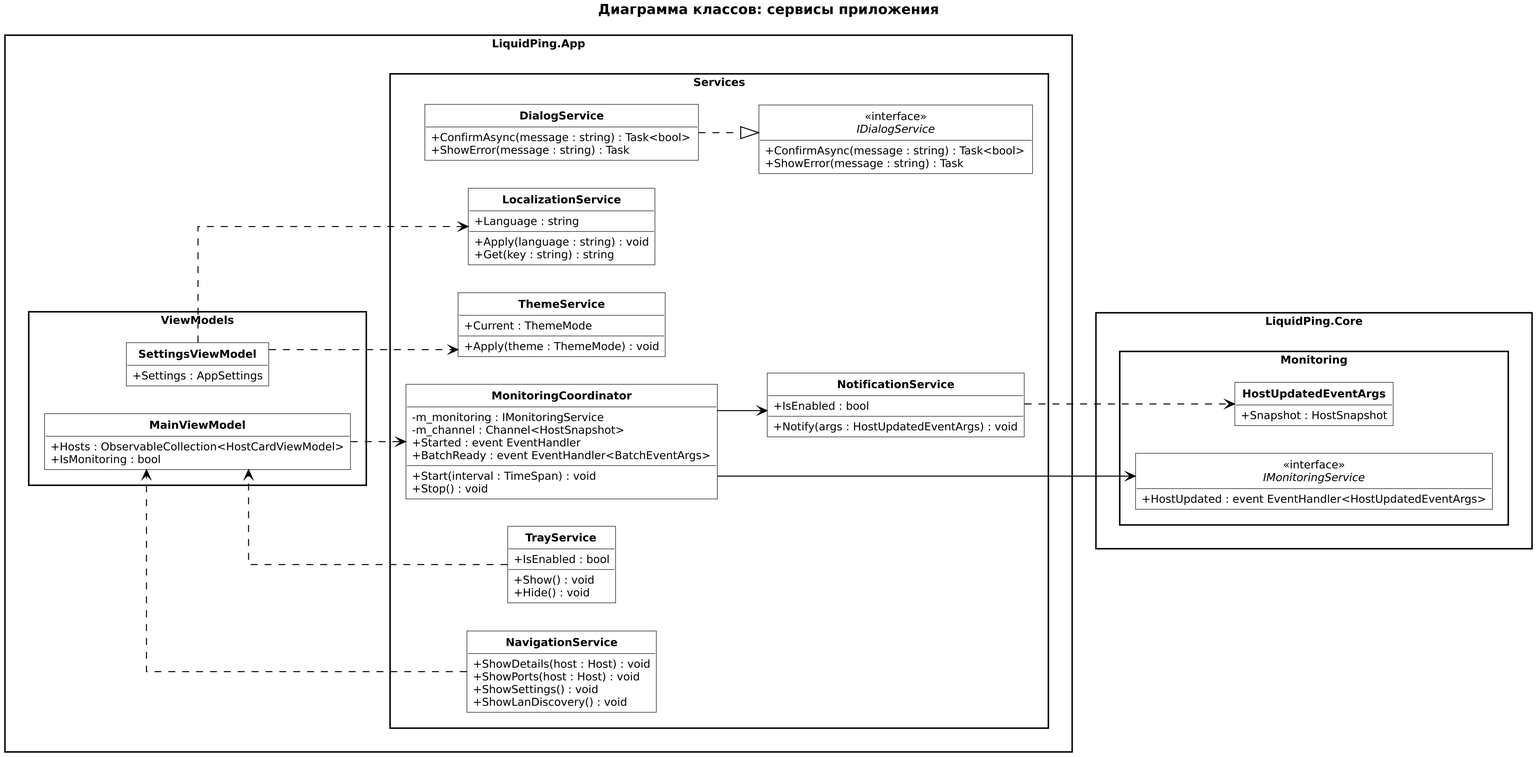
Before: docs/uml/img/class-services.png, a diagram exported from PlantUML (Levandovskii/liquid-ping). Its source is kept beside it as docs/uml/src/class-services.puml.
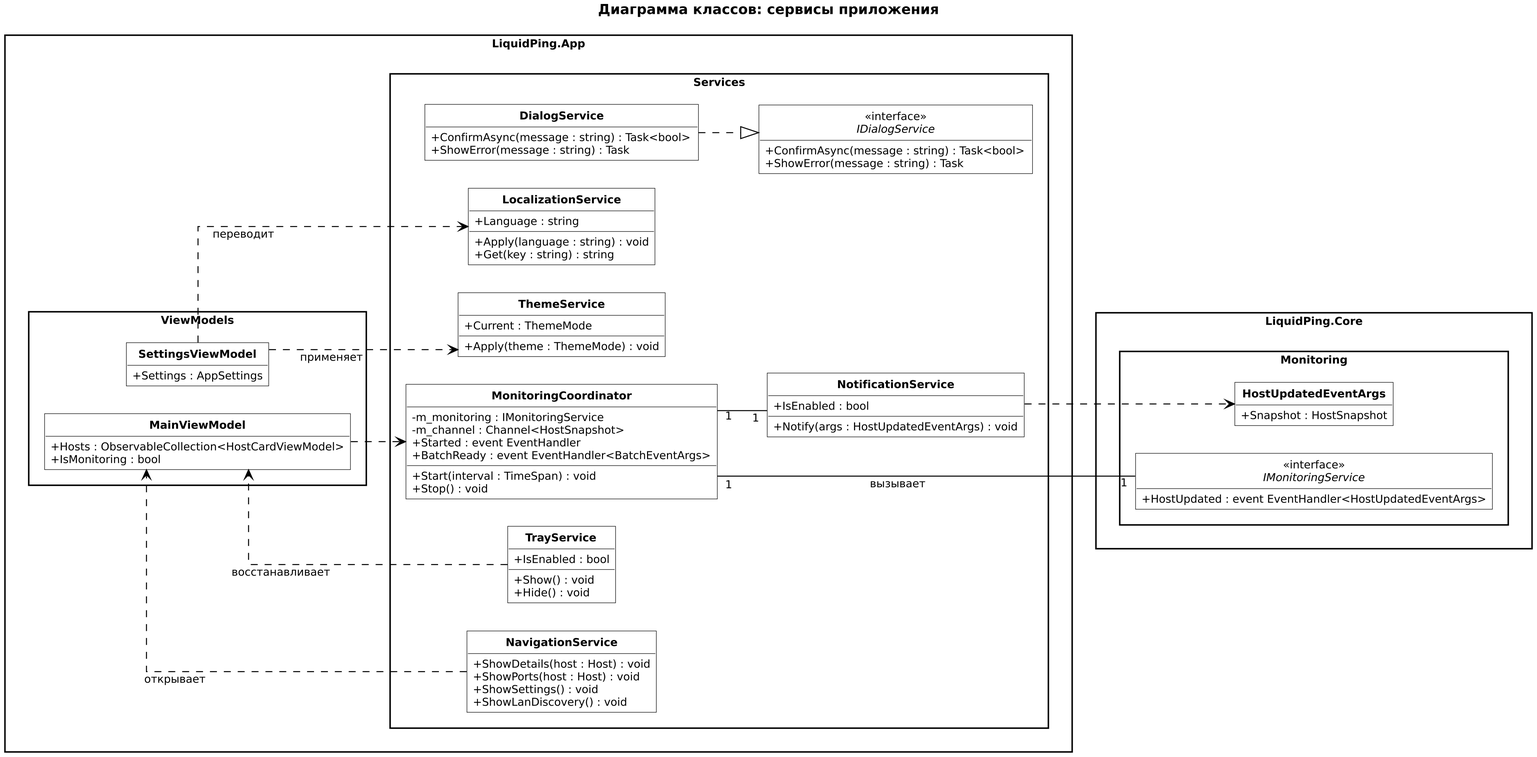
Later version of the same file.

The edit, as a diff of the source:
```diff
@@ -100,13 +100,13 @@
   }
 }
 
-MonitoringCoordinator --> IMonitoringService
-MonitoringCoordinator --> NotificationService
+MonitoringCoordinator "1" -- "1" IMonitoringService : вызывает
+MonitoringCoordinator "1" -- "1" NotificationService
 NotificationService ..> HostUpdatedEventArgs
-NavigationService ..> MainViewModel
+NavigationService ..> MainViewModel : открывает
 MainViewModel ..> MonitoringCoordinator
-SettingsViewModel ..> ThemeService
-SettingsViewModel ..> LocalizationService
+SettingsViewModel ..> ThemeService : применяет
+SettingsViewModel ..> LocalizationService : переводит
 DialogService ..|> IDialogService
-TrayService ..> MainViewModel
+TrayService ..> MainViewModel : восстанавливает
 @enduml
```
